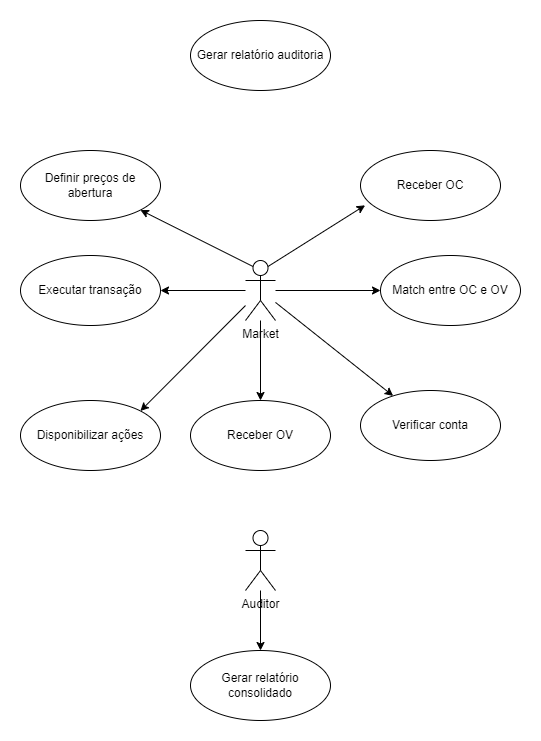
brunoorlandin/StockFEI-DealBroker keeps this draw.io diagram as diagramaCasosDeUso.drawio.png. Above is the earlier version. Source tidied: cells renumbered, new cells last; positions are measured from the earlier drawing's top-left corner, leaving out a move shared by most shapes. Source of this version:
```xml
<mxGraphModel>
  <root>
    <mxCell id="0" />
    <mxCell id="1" parent="0" />
    <mxCell id="2" style="edgeStyle=orthogonalEdgeStyle;rounded=0;jettySize=auto;html=1;entryX=1;entryY=0.5;entryDx=0;entryDy=0;" parent="1" edge="1" source="5" target="13">
      <mxGeometry relative="1" as="geometry" />
    </mxCell>
    <mxCell id="3" style="edgeStyle=orthogonalEdgeStyle;rounded=0;jettySize=auto;html=1;" parent="1" edge="1" source="5" target="11">
      <mxGeometry relative="1" as="geometry" />
    </mxCell>
    <mxCell id="4" style="edgeStyle=orthogonalEdgeStyle;rounded=0;jettySize=auto;html=1;" parent="1" edge="1" source="5" target="12">
      <mxGeometry relative="1" as="geometry" />
    </mxCell>
    <mxCell id="5" value="Market" style="shape=umlActor;verticalLabelPosition=bottom;verticalAlign=top;html=1;" parent="1" vertex="1">
      <mxGeometry x="225" y="240" width="30" height="60" as="geometry" />
    </mxCell>
    <mxCell id="6" value="Disponibilizar ações" style="ellipse;whiteSpace=wrap;html=1;" parent="1" vertex="1">
      <mxGeometry y="380" width="140" height="70" as="geometry" />
    </mxCell>
    <mxCell id="7" style="edgeStyle=orthogonalEdgeStyle;rounded=0;jettySize=auto;html=1;entryX=0.5;entryY=0;entryDx=0;entryDy=0;" parent="1" edge="1" source="8" target="14">
      <mxGeometry relative="1" as="geometry" />
    </mxCell>
    <mxCell id="8" value="Auditor" style="shape=umlActor;verticalLabelPosition=bottom;verticalAlign=top;html=1;" parent="1" vertex="1">
      <mxGeometry x="225" y="510" width="30" height="60" as="geometry" />
    </mxCell>
    <mxCell id="9" value="Definir preços de abertura" style="ellipse;whiteSpace=wrap;html=1;" parent="1" vertex="1">
      <mxGeometry y="130" width="140" height="70" as="geometry" />
    </mxCell>
    <mxCell id="10" value="Receber OC" style="ellipse;whiteSpace=wrap;html=1;" parent="1" vertex="1">
      <mxGeometry x="340" y="130" width="140" height="70" as="geometry" />
    </mxCell>
    <mxCell id="11" value="Receber OV" style="ellipse;whiteSpace=wrap;html=1;" parent="1" vertex="1">
      <mxGeometry x="170" y="380" width="140" height="70" as="geometry" />
    </mxCell>
    <mxCell id="12" value="Match entre OC e OV" style="ellipse;whiteSpace=wrap;html=1;" parent="1" vertex="1">
      <mxGeometry x="360" y="235" width="140" height="70" as="geometry" />
    </mxCell>
    <mxCell id="13" value="Executar transação" style="ellipse;whiteSpace=wrap;html=1;" parent="1" vertex="1">
      <mxGeometry y="235" width="140" height="70" as="geometry" />
    </mxCell>
    <mxCell id="14" value="Gerar relatório consolidado" style="ellipse;whiteSpace=wrap;html=1;" parent="1" vertex="1">
      <mxGeometry x="170" y="630" width="140" height="70" as="geometry" />
    </mxCell>
    <mxCell id="15" value="Gerar relatório auditoria" style="ellipse;whiteSpace=wrap;html=1;" parent="1" vertex="1">
      <mxGeometry x="170" width="140" height="70" as="geometry" />
    </mxCell>
    <mxCell id="16" value="Verificar conta" style="ellipse;whiteSpace=wrap;html=1;" parent="1" vertex="1">
      <mxGeometry x="340" y="370" width="140" height="70" as="geometry" />
    </mxCell>
    <mxCell id="17" style="edgeStyle=orthogonalEdgeStyle;rounded=0;orthogonalLoop=1;jettySize=auto;html=1;exitX=0.5;exitY=1;exitDx=0;exitDy=0;" parent="1" edge="1" source="12" target="12">
      <mxGeometry relative="1" as="geometry" />
    </mxCell>
    <mxCell id="18" style="endArrow=classic;html=1;rounded=0;exitX=0.75;exitY=0.1;exitDx=0;exitDy=0;exitPerimeter=0;entryX=0.033;entryY=0.783;entryDx=0;entryDy=0;entryPerimeter=0;" parent="1" edge="1" source="5" target="10">
      <mxGeometry relative="1" as="geometry" />
    </mxCell>
    <mxCell id="19" style="endArrow=classic;html=1;rounded=0;exitX=0.25;exitY=0.1;exitDx=0;exitDy=0;exitPerimeter=0;entryX=1;entryY=1;entryDx=0;entryDy=0;" parent="1" edge="1" source="5" target="9">
      <mxGeometry relative="1" as="geometry" />
    </mxCell>
    <mxCell id="20" style="endArrow=classic;html=1;rounded=0;entryX=1;entryY=0;entryDx=0;entryDy=0;" parent="1" edge="1" source="5" target="6">
      <mxGeometry relative="1" as="geometry" />
    </mxCell>
    <mxCell id="21" style="endArrow=classic;html=1;rounded=0;" parent="1" edge="1" source="5" target="16">
      <mxGeometry relative="1" as="geometry" />
    </mxCell>
  </root>
</mxGraphModel>
```
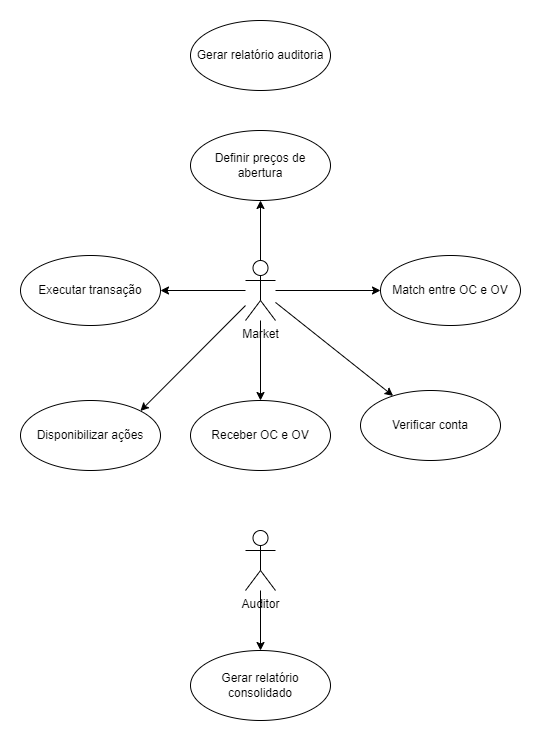
After the commit.

Change to the diagram source:
```diff
@@ -11,6 +11,9 @@
     <mxCell id="4" style="edgeStyle=orthogonalEdgeStyle;rounded=0;jettySize=auto;html=1;" parent="1" edge="1" source="5" target="12">
       <mxGeometry relative="1" as="geometry" />
     </mxCell>
+    <mxCell id="19" style="edgeStyle=orthogonalEdgeStyle;rounded=0;jettySize=auto;html=1;entryX=0.5;entryY=1;entryDx=0;entryDy=0;" parent="1" edge="1" source="5" target="9">
+      <mxGeometry relative="1" as="geometry" />
+    </mxCell>
     <mxCell id="5" value="Market" style="shape=umlActor;verticalLabelPosition=bottom;verticalAlign=top;html=1;" parent="1" vertex="1">
       <mxGeometry x="225" y="240" width="30" height="60" as="geometry" />
     </mxCell>
@@ -24,12 +27,9 @@
       <mxGeometry x="225" y="510" width="30" height="60" as="geometry" />
     </mxCell>
     <mxCell id="9" value="Definir preços de abertura" style="ellipse;whiteSpace=wrap;html=1;" parent="1" vertex="1">
-      <mxGeometry y="130" width="140" height="70" as="geometry" />
+      <mxGeometry x="170" y="110" width="140" height="70" as="geometry" />
     </mxCell>
-    <mxCell id="10" value="Receber OC" style="ellipse;whiteSpace=wrap;html=1;" parent="1" vertex="1">
-      <mxGeometry x="340" y="130" width="140" height="70" as="geometry" />
-    </mxCell>
-    <mxCell id="11" value="Receber OV" style="ellipse;whiteSpace=wrap;html=1;" parent="1" vertex="1">
+    <mxCell id="11" value="Receber OC e OV" style="ellipse;whiteSpace=wrap;html=1;" parent="1" vertex="1">
       <mxGeometry x="170" y="380" width="140" height="70" as="geometry" />
     </mxCell>
     <mxCell id="12" value="Match entre OC e OV" style="ellipse;whiteSpace=wrap;html=1;" parent="1" vertex="1">
@@ -50,12 +50,6 @@
     <mxCell id="17" style="edgeStyle=orthogonalEdgeStyle;rounded=0;orthogonalLoop=1;jettySize=auto;html=1;exitX=0.5;exitY=1;exitDx=0;exitDy=0;" parent="1" edge="1" source="12" target="12">
       <mxGeometry relative="1" as="geometry" />
     </mxCell>
-    <mxCell id="18" style="endArrow=classic;html=1;rounded=0;exitX=0.75;exitY=0.1;exitDx=0;exitDy=0;exitPerimeter=0;entryX=0.033;entryY=0.783;entryDx=0;entryDy=0;entryPerimeter=0;" parent="1" edge="1" source="5" target="10">
-      <mxGeometry relative="1" as="geometry" />
-    </mxCell>
-    <mxCell id="19" style="endArrow=classic;html=1;rounded=0;exitX=0.25;exitY=0.1;exitDx=0;exitDy=0;exitPerimeter=0;entryX=1;entryY=1;entryDx=0;entryDy=0;" parent="1" edge="1" source="5" target="9">
-      <mxGeometry relative="1" as="geometry" />
-    </mxCell>
     <mxCell id="20" style="endArrow=classic;html=1;rounded=0;entryX=1;entryY=0;entryDx=0;entryDy=0;" parent="1" edge="1" source="5" target="6">
       <mxGeometry relative="1" as="geometry" />
     </mxCell>
```
